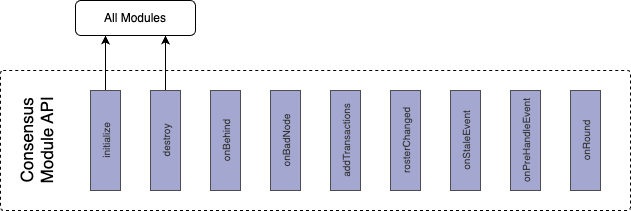
Before: platform-sdk/docs/proposals/consensus-layer/consensus-api.png, a diagram exported from draw.io (hashgraph/hedera-services). Source tidied: cells renumbered, new cells last; positions are measured from the earlier drawing's top-left corner, leaving out a move shared by most shapes. The source it was exported from:
```xml
<mxGraphModel>
  <root>
    <mxCell id="0" />
    <mxCell id="1" parent="0" />
    <mxCell id="2" value="Consensus Module API" style="rounded=1;whiteSpace=wrap;html=1;dashed=1;horizontal=0;align=center;verticalAlign=top;spacingTop=10;fontSize=17;arcSize=2;fillColor=none;" parent="1" vertex="1">
      <mxGeometry y="70" width="630" height="140" as="geometry" />
    </mxCell>
    <mxCell id="3" value="onBadNode" style="rounded=0;whiteSpace=wrap;html=1;fontSize=10;fontColor=#333333;strokeColor=#4D4D4D;fillColor=#A4A8D1;rotation=-90;" parent="1" vertex="1">
      <mxGeometry x="235" y="125" width="100" height="30" as="geometry" />
    </mxCell>
    <mxCell id="4" style="edgeStyle=orthogonalEdgeStyle;rounded=1;jettySize=auto;html=1;exitX=1;exitY=0.5;exitDx=0;exitDy=0;entryX=0.25;entryY=1;entryDx=0;entryDy=0;curved=0;" parent="1" edge="1" source="5" target="14">
      <mxGeometry relative="1" as="geometry" />
    </mxCell>
    <mxCell id="5" value="initialize" style="rounded=0;whiteSpace=wrap;html=1;fontSize=10;fontColor=#333333;strokeColor=#4D4D4D;fillColor=#A4A8D1;rotation=-90;" parent="1" vertex="1">
      <mxGeometry x="55" y="125" width="100" height="30" as="geometry" />
    </mxCell>
    <mxCell id="6" value="addTransactions" style="rounded=0;whiteSpace=wrap;html=1;fontSize=10;fontColor=#333333;strokeColor=#4D4D4D;fillColor=#A4A8D1;rotation=-90;" parent="1" vertex="1">
      <mxGeometry x="295" y="125" width="100" height="30" as="geometry" />
    </mxCell>
    <mxCell id="7" value="rosterChanged" style="rounded=0;whiteSpace=wrap;html=1;fontSize=10;fontColor=#333333;strokeColor=#4D4D4D;fillColor=#A4A8D1;rotation=-90;" parent="1" vertex="1">
      <mxGeometry x="355" y="125" width="100" height="30" as="geometry" />
    </mxCell>
    <mxCell id="8" value="onStaleEvent" style="rounded=0;whiteSpace=wrap;html=1;fontSize=10;fontColor=#333333;strokeColor=#4D4D4D;fillColor=#A4A8D1;rotation=-90;" parent="1" vertex="1">
      <mxGeometry x="415" y="125" width="100" height="30" as="geometry" />
    </mxCell>
    <mxCell id="9" value="onPreHandleEvent" style="rounded=0;whiteSpace=wrap;html=1;fontSize=10;fontColor=#333333;strokeColor=#4D4D4D;fillColor=#A4A8D1;rotation=-90;" parent="1" vertex="1">
      <mxGeometry x="475" y="125" width="100" height="30" as="geometry" />
    </mxCell>
    <mxCell id="10" value="onRound" style="rounded=0;whiteSpace=wrap;html=1;fontSize=10;fontColor=#333333;strokeColor=#4D4D4D;fillColor=#A4A8D1;rotation=-90;" parent="1" vertex="1">
      <mxGeometry x="535" y="125" width="100" height="30" as="geometry" />
    </mxCell>
    <mxCell id="11" style="edgeStyle=orthogonalEdgeStyle;rounded=1;jettySize=auto;html=1;entryX=0.75;entryY=1;entryDx=0;entryDy=0;curved=0;" parent="1" edge="1" source="12" target="14">
      <mxGeometry relative="1" as="geometry" />
    </mxCell>
    <mxCell id="12" value="destroy" style="rounded=0;whiteSpace=wrap;html=1;fontSize=10;fontColor=#333333;strokeColor=#4D4D4D;fillColor=#A4A8D1;rotation=-90;" parent="1" vertex="1">
      <mxGeometry x="115" y="125" width="100" height="30" as="geometry" />
    </mxCell>
    <mxCell id="13" value="onBehind" style="rounded=0;whiteSpace=wrap;html=1;fontSize=10;fontColor=#333333;strokeColor=#4D4D4D;fillColor=#A4A8D1;rotation=-90;" parent="1" vertex="1">
      <mxGeometry x="175" y="125" width="100" height="30" as="geometry" />
    </mxCell>
    <mxCell id="14" value="All Modules" style="rounded=1;whiteSpace=wrap;html=1;" parent="1" vertex="1">
      <mxGeometry x="75" width="120" height="35" as="geometry" />
    </mxCell>
  </root>
</mxGraphModel>
```
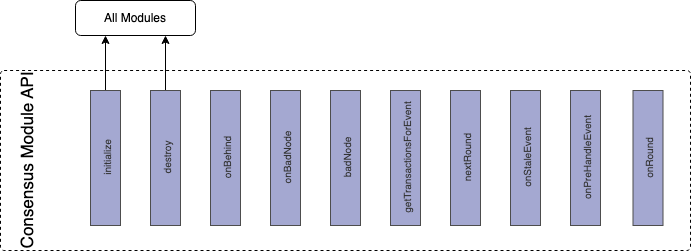
After the change.

What changed in the source:
```diff
@@ -3,43 +3,46 @@
     <mxCell id="0" />
     <mxCell id="1" parent="0" />
     <mxCell id="2" value="Consensus Module API" style="rounded=1;whiteSpace=wrap;html=1;dashed=1;horizontal=0;align=center;verticalAlign=top;spacingTop=10;fontSize=17;arcSize=2;fillColor=none;" parent="1" vertex="1">
-      <mxGeometry y="70" width="630" height="140" as="geometry" />
+      <mxGeometry x="17.5" y="52.5" width="690" height="180" as="geometry" />
     </mxCell>
     <mxCell id="3" value="onBadNode" style="rounded=0;whiteSpace=wrap;html=1;fontSize=10;fontColor=#333333;strokeColor=#4D4D4D;fillColor=#A4A8D1;rotation=-90;" parent="1" vertex="1">
-      <mxGeometry x="235" y="125" width="100" height="30" as="geometry" />
+      <mxGeometry x="235" y="125" width="135" height="30" as="geometry" />
     </mxCell>
     <mxCell id="4" style="edgeStyle=orthogonalEdgeStyle;rounded=1;jettySize=auto;html=1;exitX=1;exitY=0.5;exitDx=0;exitDy=0;entryX=0.25;entryY=1;entryDx=0;entryDy=0;curved=0;" parent="1" edge="1" source="5" target="14">
       <mxGeometry relative="1" as="geometry" />
     </mxCell>
     <mxCell id="5" value="initialize" style="rounded=0;whiteSpace=wrap;html=1;fontSize=10;fontColor=#333333;strokeColor=#4D4D4D;fillColor=#A4A8D1;rotation=-90;" parent="1" vertex="1">
-      <mxGeometry x="55" y="125" width="100" height="30" as="geometry" />
+      <mxGeometry x="55" y="125" width="135" height="30" as="geometry" />
     </mxCell>
-    <mxCell id="6" value="addTransactions" style="rounded=0;whiteSpace=wrap;html=1;fontSize=10;fontColor=#333333;strokeColor=#4D4D4D;fillColor=#A4A8D1;rotation=-90;" parent="1" vertex="1">
-      <mxGeometry x="295" y="125" width="100" height="30" as="geometry" />
+    <mxCell id="6" value="badNode" style="rounded=0;whiteSpace=wrap;html=1;fontSize=10;fontColor=#333333;strokeColor=#4D4D4D;fillColor=#A4A8D1;rotation=-90;" parent="1" vertex="1">
+      <mxGeometry x="295" y="125" width="135" height="30" as="geometry" />
     </mxCell>
-    <mxCell id="7" value="rosterChanged" style="rounded=0;whiteSpace=wrap;html=1;fontSize=10;fontColor=#333333;strokeColor=#4D4D4D;fillColor=#A4A8D1;rotation=-90;" parent="1" vertex="1">
-      <mxGeometry x="355" y="125" width="100" height="30" as="geometry" />
+    <mxCell id="7" value="getTransactionsForEvent" style="rounded=0;whiteSpace=wrap;html=1;fontSize=10;fontColor=#333333;strokeColor=#4D4D4D;fillColor=#A4A8D1;rotation=-90;" parent="1" vertex="1">
+      <mxGeometry x="355" y="125" width="135" height="30" as="geometry" />
     </mxCell>
-    <mxCell id="8" value="onStaleEvent" style="rounded=0;whiteSpace=wrap;html=1;fontSize=10;fontColor=#333333;strokeColor=#4D4D4D;fillColor=#A4A8D1;rotation=-90;" parent="1" vertex="1">
-      <mxGeometry x="415" y="125" width="100" height="30" as="geometry" />
+    <mxCell id="8" value="nextRound" style="rounded=0;whiteSpace=wrap;html=1;fontSize=10;fontColor=#333333;strokeColor=#4D4D4D;fillColor=#A4A8D1;rotation=-90;" parent="1" vertex="1">
+      <mxGeometry x="415" y="125" width="135" height="30" as="geometry" />
     </mxCell>
-    <mxCell id="9" value="onPreHandleEvent" style="rounded=0;whiteSpace=wrap;html=1;fontSize=10;fontColor=#333333;strokeColor=#4D4D4D;fillColor=#A4A8D1;rotation=-90;" parent="1" vertex="1">
-      <mxGeometry x="475" y="125" width="100" height="30" as="geometry" />
+    <mxCell id="9" value="onStaleEvent" style="rounded=0;whiteSpace=wrap;html=1;fontSize=10;fontColor=#333333;strokeColor=#4D4D4D;fillColor=#A4A8D1;rotation=-90;" parent="1" vertex="1">
+      <mxGeometry x="475" y="125" width="135" height="30" as="geometry" />
     </mxCell>
-    <mxCell id="10" value="onRound" style="rounded=0;whiteSpace=wrap;html=1;fontSize=10;fontColor=#333333;strokeColor=#4D4D4D;fillColor=#A4A8D1;rotation=-90;" parent="1" vertex="1">
-      <mxGeometry x="535" y="125" width="100" height="30" as="geometry" />
+    <mxCell id="10" value="onPreHandleEvent" style="rounded=0;whiteSpace=wrap;html=1;fontSize=10;fontColor=#333333;strokeColor=#4D4D4D;fillColor=#A4A8D1;rotation=-90;" parent="1" vertex="1">
+      <mxGeometry x="535" y="125" width="135" height="30" as="geometry" />
     </mxCell>
     <mxCell id="11" style="edgeStyle=orthogonalEdgeStyle;rounded=1;jettySize=auto;html=1;entryX=0.75;entryY=1;entryDx=0;entryDy=0;curved=0;" parent="1" edge="1" source="12" target="14">
       <mxGeometry relative="1" as="geometry" />
     </mxCell>
     <mxCell id="12" value="destroy" style="rounded=0;whiteSpace=wrap;html=1;fontSize=10;fontColor=#333333;strokeColor=#4D4D4D;fillColor=#A4A8D1;rotation=-90;" parent="1" vertex="1">
-      <mxGeometry x="115" y="125" width="100" height="30" as="geometry" />
+      <mxGeometry x="115" y="125" width="135" height="30" as="geometry" />
     </mxCell>
     <mxCell id="13" value="onBehind" style="rounded=0;whiteSpace=wrap;html=1;fontSize=10;fontColor=#333333;strokeColor=#4D4D4D;fillColor=#A4A8D1;rotation=-90;" parent="1" vertex="1">
-      <mxGeometry x="175" y="125" width="100" height="30" as="geometry" />
+      <mxGeometry x="175" y="125" width="135" height="30" as="geometry" />
     </mxCell>
     <mxCell id="14" value="All Modules" style="rounded=1;whiteSpace=wrap;html=1;" parent="1" vertex="1">
-      <mxGeometry x="75" width="120" height="35" as="geometry" />
+      <mxGeometry x="92.5" y="-17.5" width="120" height="35" as="geometry" />
     </mxCell>
+    <mxCell id="15" value="onRound" style="rounded=0;whiteSpace=wrap;html=1;fontSize=10;fontColor=#333333;strokeColor=#4D4D4D;fillColor=#A4A8D1;rotation=-90;" parent="1" vertex="1">
+      <mxGeometry x="597.5" y="125" width="135" height="30" as="geometry" />
+    </mxCell>
   </root>
 </mxGraphModel>
```
